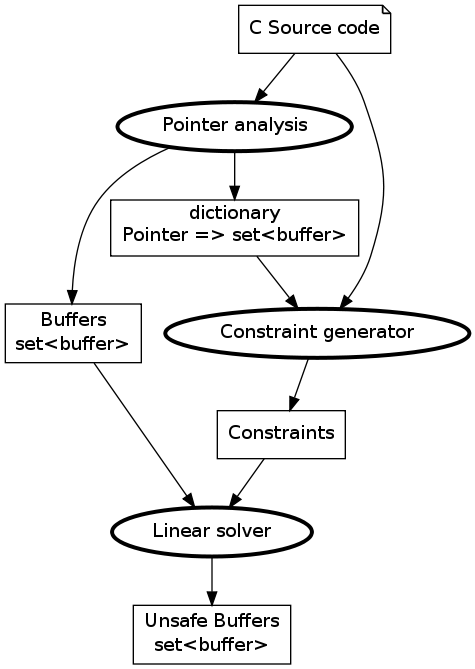
tzafrir/boa keeps this Graphviz diagram as doc/flow.png. Above is the earlier version. Its source is kept beside it as doc/flow.gv. Its diagram source:
```dot
digraph G {
 node [shape = note];
 	source 			[label="C Source code"];
 node [shape = box];
 	buffers 		[label="Buffers\nset<buffer>"];
 	pointerDict [label=<<u>dictionary</u><br/>Pointer =&gt; set&lt;buffer&gt;>];
 	constraints [label="Constraints"];
 	unsafe 			[label="Unsafe Buffers\nset<buffer>"];


 node [shape = ellipse];
 	pointer 	[label="Pointer analysis" penwidth = 3]
 	generator [label="Constraint generator" penwidth = 3]
 	solver 		[label="Linear solver" penwidth = 3];

 source->pointer;
 pointer->buffers->solver->unsafe;
 pointer->pointerDict->generator;
 source->generator->constraints->solver;
}
```
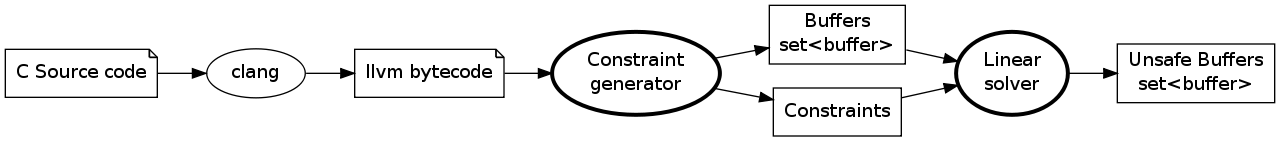
After the commit.

Commit message:
flow graph and some more detaild summary skeleton

What changed in the source:
```diff
@@ -1,20 +1,19 @@
 digraph G {
+  rankdir = LR;
  node [shape = note];
  	source 			[label="C Source code"];
+ 	bytecode 			[label="llvm bytecode"];
  node [shape = box];
  	buffers 		[label="Buffers\nset<buffer>"];
- 	pointerDict [label=<<u>dictionary</u><br/>Pointer =&gt; set&lt;buffer&gt;>];
  	constraints [label="Constraints"];
  	unsafe 			[label="Unsafe Buffers\nset<buffer>"];
 
 
- node [shape = ellipse];
- 	pointer 	[label="Pointer analysis" penwidth = 3]
- 	generator [label="Constraint generator" penwidth = 3]
- 	solver 		[label="Linear solver" penwidth = 3];
+ node [shape = ellipse rank = 4];
+ 	generator [label="Constraint\ngenerator" penwidth = 3 ]
+ 	solver 		[label="Linear\nsolver" penwidth = 3];
 
- source->pointer;
- pointer->buffers->solver->unsafe;
- pointer->pointerDict->generator;
- source->generator->constraints->solver;
+ source->clang->bytecode //->pointer->pointerDict->generator;
+ bytecode->generator->buffers->solver->unsafe;
+ generator->constraints->solver;
 }
```
